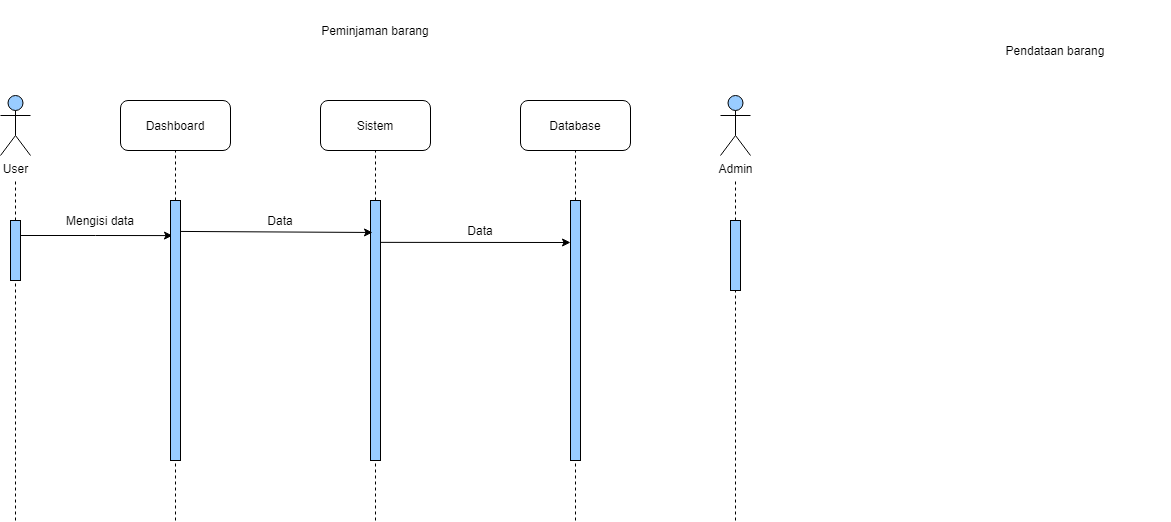
This is diagrams/Sequence Diagram.drawio.png from johannfac/aplikasipeminjamanaset, a draw.io export, as it was before one commit. Source tidied: cells renumbered, new cells last; positions are measured from the earlier drawing's top-left corner, leaving out a move shared by most shapes.
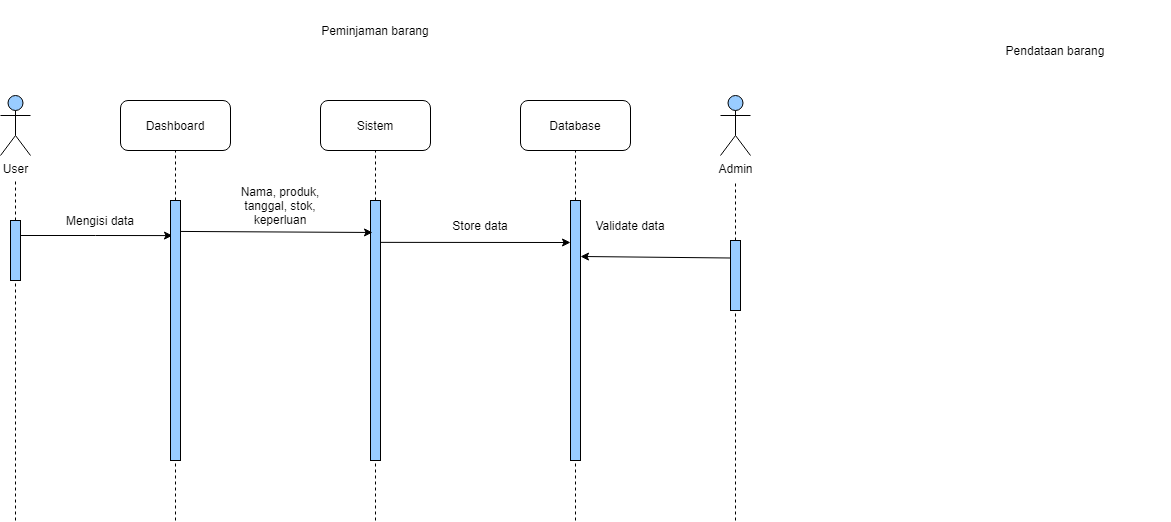
Later version of the same file.

The edit, as a diff of the source:
```diff
@@ -47,7 +47,7 @@
       </mxGeometry>
     </mxCell>
     <mxCell id="14" style="rounded=0;whiteSpace=wrap;html=1;fillColor=#99CCFF;" parent="1" vertex="1">
-      <mxGeometry x="730" y="220" width="10" height="70" as="geometry" />
+      <mxGeometry x="730" y="240" width="10" height="70" as="geometry" />
     </mxCell>
     <mxCell id="15" style="endArrow=none;dashed=1;html=1;rounded=0;entryX=0.5;entryY=1;entryDx=0;entryDy=0;" parent="1" edge="1" target="14">
       <mxGeometry relative="1" as="geometry">
@@ -92,8 +92,8 @@
     <mxCell id="25" value="Mengisi data" style="text;html=1;strokeColor=none;fillColor=none;align=center;verticalAlign=middle;whiteSpace=wrap;rounded=0;" parent="1" vertex="1">
       <mxGeometry x="50" y="210" width="100" height="20" as="geometry" />
     </mxCell>
-    <mxCell id="26" value="Data" style="text;html=1;strokeColor=none;fillColor=none;align=center;verticalAlign=middle;whiteSpace=wrap;rounded=0;" parent="1" vertex="1">
-      <mxGeometry x="230" y="210" width="100" height="20" as="geometry" />
+    <mxCell id="26" value="Nama, produk, tanggal, stok, keperluan" style="text;html=1;strokeColor=none;fillColor=none;align=center;verticalAlign=middle;whiteSpace=wrap;rounded=0;" parent="1" vertex="1">
+      <mxGeometry x="230" y="180" width="100" height="50" as="geometry" />
     </mxCell>
     <mxCell id="27" style="endArrow=classic;html=1;rounded=0;entryX=0.2;entryY=0.123;entryDx=0;entryDy=0;entryPerimeter=0;exitX=1;exitY=0.119;exitDx=0;exitDy=0;exitPerimeter=0;" parent="1" edge="1" source="19" target="21">
       <mxGeometry relative="1" as="geometry" />
@@ -103,8 +103,16 @@
         <mxPoint x="570" y="242" as="targetPoint" />
       </mxGeometry>
     </mxCell>
-    <mxCell id="29" value="Data" style="text;html=1;strokeColor=none;fillColor=none;align=center;verticalAlign=middle;whiteSpace=wrap;rounded=0;" parent="1" vertex="1">
-      <mxGeometry x="430" y="220" width="100" height="20" as="geometry" />
+    <mxCell id="29" value="Store data" style="text;html=1;strokeColor=none;fillColor=none;align=center;verticalAlign=middle;whiteSpace=wrap;rounded=0;" parent="1" vertex="1">
+      <mxGeometry x="430" y="210" width="100" height="30" as="geometry" />
     </mxCell>
+    <mxCell id="30" value="Validate data" style="text;html=1;strokeColor=none;fillColor=none;align=center;verticalAlign=middle;whiteSpace=wrap;rounded=0;" parent="1" vertex="1">
+      <mxGeometry x="580" y="210" width="100" height="30" as="geometry" />
+    </mxCell>
+    <mxCell id="31" style="endArrow=classic;html=1;rounded=0;exitX=0;exitY=0.25;exitDx=0;exitDy=0;" parent="1" edge="1" source="14">
+      <mxGeometry relative="1" as="geometry">
+        <mxPoint x="580" y="256" as="targetPoint" />
+      </mxGeometry>
+    </mxCell>
   </root>
 </mxGraphModel>
```
